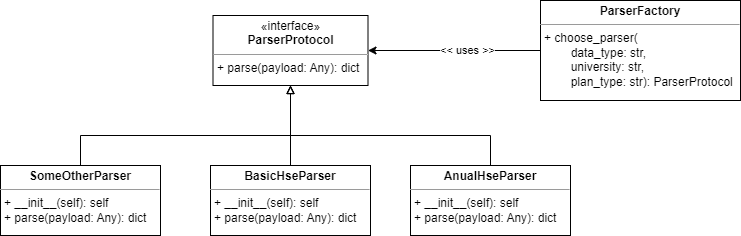
This is Lab Work №6/docs/Images/Factory.png from yunas-x/Diploma, a draw.io export, as it was before one commit. Source tidied: cells renumbered, new cells last; positions are measured from the earlier drawing's top-left corner, leaving out a move shared by most shapes. The source it was exported from:
```xml
<mxGraphModel>
  <root>
    <mxCell id="0" />
    <mxCell id="1" parent="0" />
    <mxCell id="2" style="edgeStyle=orthogonalEdgeStyle;rounded=0;jettySize=auto;html=1;endArrow=block;endFill=0;" parent="1" edge="1" source="3" target="4">
      <mxGeometry relative="1" as="geometry" />
    </mxCell>
    <mxCell id="3" value="&lt;p style=&quot;margin:0px;margin-top:4px;text-align:center;&quot;&gt;&lt;b&gt;BasicHseParser&lt;/b&gt;&lt;/p&gt;&lt;hr size=&quot;1&quot;&gt;&lt;p style=&quot;margin:0px;margin-left:4px;&quot;&gt;&lt;/p&gt;&lt;p style=&quot;margin:0px;margin-left:4px;&quot;&gt;+ __init__(self): self&lt;/p&gt;&lt;p style=&quot;margin:0px;margin-left:4px;&quot;&gt;+ parse(payload: Any): dict&lt;br&gt;&lt;/p&gt;" style="verticalAlign=top;align=left;overflow=fill;html=1;whiteSpace=wrap;" parent="1" vertex="1">
      <mxGeometry x="210" y="165" width="160" height="70" as="geometry" />
    </mxCell>
    <mxCell id="4" value="&lt;p style=&quot;margin:0px;margin-top:4px;text-align:center;&quot;&gt;«interface»&lt;br style=&quot;border-color: var(--border-color);&quot;&gt;&lt;b style=&quot;border-color: var(--border-color);&quot;&gt;ParserProtocol&lt;/b&gt;&lt;/p&gt;&lt;hr size=&quot;1&quot;&gt;&lt;p style=&quot;margin:0px;margin-left:4px;&quot;&gt;+ parse(payload: Any): dict&lt;br&gt;&lt;/p&gt;" style="verticalAlign=top;align=left;overflow=fill;html=1;whiteSpace=wrap;" parent="1" vertex="1">
      <mxGeometry x="212.5" y="15" width="155" height="70" as="geometry" />
    </mxCell>
    <mxCell id="5" value="&lt;p style=&quot;margin:0px;margin-top:4px;text-align:center;&quot;&gt;&lt;b&gt;AnualHseParser&lt;/b&gt;&lt;/p&gt;&lt;hr size=&quot;1&quot;&gt;&lt;p style=&quot;margin:0px;margin-left:4px;&quot;&gt;&lt;/p&gt;&lt;p style=&quot;margin:0px;margin-left:4px;&quot;&gt;+ __init__(self): self&lt;/p&gt;&lt;p style=&quot;margin:0px;margin-left:4px;&quot;&gt;+ parse(payload: Any): dict&lt;br&gt;&lt;/p&gt;" style="verticalAlign=top;align=left;overflow=fill;html=1;whiteSpace=wrap;" parent="1" vertex="1">
      <mxGeometry x="410" y="165" width="160" height="70" as="geometry" />
    </mxCell>
    <mxCell id="6" style="edgeStyle=orthogonalEdgeStyle;rounded=0;jettySize=auto;html=1;endArrow=block;endFill=0;" parent="1" edge="1" source="5" target="4">
      <mxGeometry relative="1" as="geometry">
        <Array as="points">
          <mxPoint x="490" y="135" />
          <mxPoint x="290" y="135" />
        </Array>
      </mxGeometry>
    </mxCell>
    <mxCell id="7" value="&lt;p style=&quot;margin:0px;margin-top:4px;text-align:center;&quot;&gt;&lt;b&gt;SomeOtherParser&lt;/b&gt;&lt;/p&gt;&lt;hr size=&quot;1&quot;&gt;&lt;p style=&quot;margin:0px;margin-left:4px;&quot;&gt;&lt;/p&gt;&lt;p style=&quot;margin:0px;margin-left:4px;&quot;&gt;+ __init__(self): self&lt;/p&gt;&lt;p style=&quot;margin:0px;margin-left:4px;&quot;&gt;+ parse(payload: Any): dict&lt;br&gt;&lt;/p&gt;" style="verticalAlign=top;align=left;overflow=fill;html=1;whiteSpace=wrap;" parent="1" vertex="1">
      <mxGeometry y="165" width="160" height="70" as="geometry" />
    </mxCell>
    <mxCell id="8" style="edgeStyle=orthogonalEdgeStyle;rounded=0;jettySize=auto;html=1;endArrow=block;endFill=0;exitX=0.5;exitY=0;exitDx=0;exitDy=0;" parent="1" edge="1" source="7" target="4">
      <mxGeometry relative="1" as="geometry">
        <Array as="points">
          <mxPoint x="80" y="135" />
          <mxPoint x="290" y="135" />
        </Array>
      </mxGeometry>
    </mxCell>
    <mxCell id="9" style="edgeStyle=orthogonalEdgeStyle;rounded=0;jettySize=auto;html=1;entryX=1;entryY=0.5;entryDx=0;entryDy=0;" parent="1" edge="1" source="11" target="4">
      <mxGeometry relative="1" as="geometry" />
    </mxCell>
    <mxCell id="10" value="&amp;lt;&amp;lt; uses &amp;gt;&amp;gt;" style="edgeLabel;html=1;align=center;verticalAlign=middle;" parent="9" vertex="1">
      <mxGeometry x="-0.15" y="-1" relative="1" as="geometry" />
    </mxCell>
    <mxCell id="11" value="&lt;p style=&quot;margin:0px;margin-top:4px;text-align:center;&quot;&gt;&lt;b style=&quot;border-color: var(--border-color);&quot;&gt;ParserFactory&lt;/b&gt;&lt;/p&gt;&lt;hr size=&quot;1&quot;&gt;&lt;p style=&quot;margin:0px;margin-left:4px;&quot;&gt;+ choose_parser(&lt;/p&gt;&lt;p style=&quot;margin:0px;margin-left:4px;&quot;&gt;&lt;span style=&quot;white-space: pre;&quot;&gt;&#9;&lt;/span&gt;data_type: str,&lt;/p&gt;&lt;p style=&quot;margin:0px;margin-left:4px;&quot;&gt;&lt;span style=&quot;white-space: pre;&quot;&gt;&#9;&lt;/span&gt;university: str,&lt;/p&gt;&lt;p style=&quot;margin:0px;margin-left:4px;&quot;&gt;&lt;span style=&quot;white-space: pre;&quot;&gt;&#9;&lt;/span&gt;plan_type: str): ParserProtocol&lt;br&gt;&lt;/p&gt;" style="verticalAlign=top;align=left;overflow=fill;html=1;whiteSpace=wrap;" parent="1" vertex="1">
      <mxGeometry x="540" width="200" height="100" as="geometry" />
    </mxCell>
  </root>
</mxGraphModel>
```
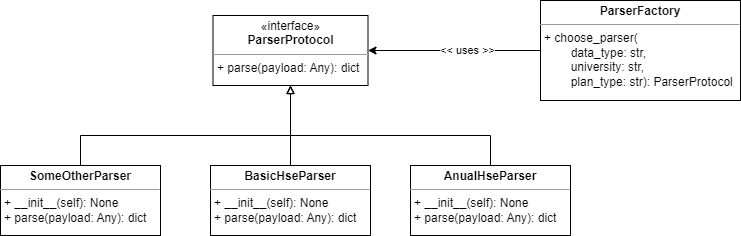
The same diagram one commit later.

Diff of the diagram source:
```diff
@@ -5,13 +5,13 @@
     <mxCell id="2" style="edgeStyle=orthogonalEdgeStyle;rounded=0;jettySize=auto;html=1;endArrow=block;endFill=0;" parent="1" edge="1" source="3" target="4">
       <mxGeometry relative="1" as="geometry" />
     </mxCell>
-    <mxCell id="3" value="&lt;p style=&quot;margin:0px;margin-top:4px;text-align:center;&quot;&gt;&lt;b&gt;BasicHseParser&lt;/b&gt;&lt;/p&gt;&lt;hr size=&quot;1&quot;&gt;&lt;p style=&quot;margin:0px;margin-left:4px;&quot;&gt;&lt;/p&gt;&lt;p style=&quot;margin:0px;margin-left:4px;&quot;&gt;+ __init__(self): self&lt;/p&gt;&lt;p style=&quot;margin:0px;margin-left:4px;&quot;&gt;+ parse(payload: Any): dict&lt;br&gt;&lt;/p&gt;" style="verticalAlign=top;align=left;overflow=fill;html=1;whiteSpace=wrap;" parent="1" vertex="1">
+    <mxCell id="3" value="&lt;p style=&quot;margin:0px;margin-top:4px;text-align:center;&quot;&gt;&lt;b&gt;BasicHseParser&lt;/b&gt;&lt;/p&gt;&lt;hr size=&quot;1&quot;&gt;&lt;p style=&quot;margin:0px;margin-left:4px;&quot;&gt;&lt;/p&gt;&lt;p style=&quot;margin:0px;margin-left:4px;&quot;&gt;+ __init__(self): None&lt;/p&gt;&lt;p style=&quot;margin:0px;margin-left:4px;&quot;&gt;+ parse(payload: Any): dict&lt;br&gt;&lt;/p&gt;" style="verticalAlign=top;align=left;overflow=fill;html=1;whiteSpace=wrap;" parent="1" vertex="1">
       <mxGeometry x="210" y="165" width="160" height="70" as="geometry" />
     </mxCell>
     <mxCell id="4" value="&lt;p style=&quot;margin:0px;margin-top:4px;text-align:center;&quot;&gt;«interface»&lt;br style=&quot;border-color: var(--border-color);&quot;&gt;&lt;b style=&quot;border-color: var(--border-color);&quot;&gt;ParserProtocol&lt;/b&gt;&lt;/p&gt;&lt;hr size=&quot;1&quot;&gt;&lt;p style=&quot;margin:0px;margin-left:4px;&quot;&gt;+ parse(payload: Any): dict&lt;br&gt;&lt;/p&gt;" style="verticalAlign=top;align=left;overflow=fill;html=1;whiteSpace=wrap;" parent="1" vertex="1">
       <mxGeometry x="212.5" y="15" width="155" height="70" as="geometry" />
     </mxCell>
-    <mxCell id="5" value="&lt;p style=&quot;margin:0px;margin-top:4px;text-align:center;&quot;&gt;&lt;b&gt;AnualHseParser&lt;/b&gt;&lt;/p&gt;&lt;hr size=&quot;1&quot;&gt;&lt;p style=&quot;margin:0px;margin-left:4px;&quot;&gt;&lt;/p&gt;&lt;p style=&quot;margin:0px;margin-left:4px;&quot;&gt;+ __init__(self): self&lt;/p&gt;&lt;p style=&quot;margin:0px;margin-left:4px;&quot;&gt;+ parse(payload: Any): dict&lt;br&gt;&lt;/p&gt;" style="verticalAlign=top;align=left;overflow=fill;html=1;whiteSpace=wrap;" parent="1" vertex="1">
+    <mxCell id="5" value="&lt;p style=&quot;margin:0px;margin-top:4px;text-align:center;&quot;&gt;&lt;b&gt;AnualHseParser&lt;/b&gt;&lt;/p&gt;&lt;hr size=&quot;1&quot;&gt;&lt;p style=&quot;margin:0px;margin-left:4px;&quot;&gt;&lt;/p&gt;&lt;p style=&quot;margin:0px;margin-left:4px;&quot;&gt;+ __init__(self): None&lt;/p&gt;&lt;p style=&quot;margin:0px;margin-left:4px;&quot;&gt;+ parse(payload: Any): dict&lt;br&gt;&lt;/p&gt;" style="verticalAlign=top;align=left;overflow=fill;html=1;whiteSpace=wrap;" parent="1" vertex="1">
       <mxGeometry x="410" y="165" width="160" height="70" as="geometry" />
     </mxCell>
     <mxCell id="6" style="edgeStyle=orthogonalEdgeStyle;rounded=0;jettySize=auto;html=1;endArrow=block;endFill=0;" parent="1" edge="1" source="5" target="4">
@@ -22,7 +22,7 @@
         </Array>
       </mxGeometry>
     </mxCell>
-    <mxCell id="7" value="&lt;p style=&quot;margin:0px;margin-top:4px;text-align:center;&quot;&gt;&lt;b&gt;SomeOtherParser&lt;/b&gt;&lt;/p&gt;&lt;hr size=&quot;1&quot;&gt;&lt;p style=&quot;margin:0px;margin-left:4px;&quot;&gt;&lt;/p&gt;&lt;p style=&quot;margin:0px;margin-left:4px;&quot;&gt;+ __init__(self): self&lt;/p&gt;&lt;p style=&quot;margin:0px;margin-left:4px;&quot;&gt;+ parse(payload: Any): dict&lt;br&gt;&lt;/p&gt;" style="verticalAlign=top;align=left;overflow=fill;html=1;whiteSpace=wrap;" parent="1" vertex="1">
+    <mxCell id="7" value="&lt;p style=&quot;margin:0px;margin-top:4px;text-align:center;&quot;&gt;&lt;b&gt;SomeOtherParser&lt;/b&gt;&lt;/p&gt;&lt;hr size=&quot;1&quot;&gt;&lt;p style=&quot;margin:0px;margin-left:4px;&quot;&gt;&lt;/p&gt;&lt;p style=&quot;margin:0px;margin-left:4px;&quot;&gt;+ __init__(self): None&lt;/p&gt;&lt;p style=&quot;margin:0px;margin-left:4px;&quot;&gt;+ parse(payload: Any): dict&lt;br&gt;&lt;/p&gt;" style="verticalAlign=top;align=left;overflow=fill;html=1;whiteSpace=wrap;" parent="1" vertex="1">
       <mxGeometry y="165" width="160" height="70" as="geometry" />
     </mxCell>
     <mxCell id="8" style="edgeStyle=orthogonalEdgeStyle;rounded=0;jettySize=auto;html=1;endArrow=block;endFill=0;exitX=0.5;exitY=0;exitDx=0;exitDy=0;" parent="1" edge="1" source="7" target="4">
```
